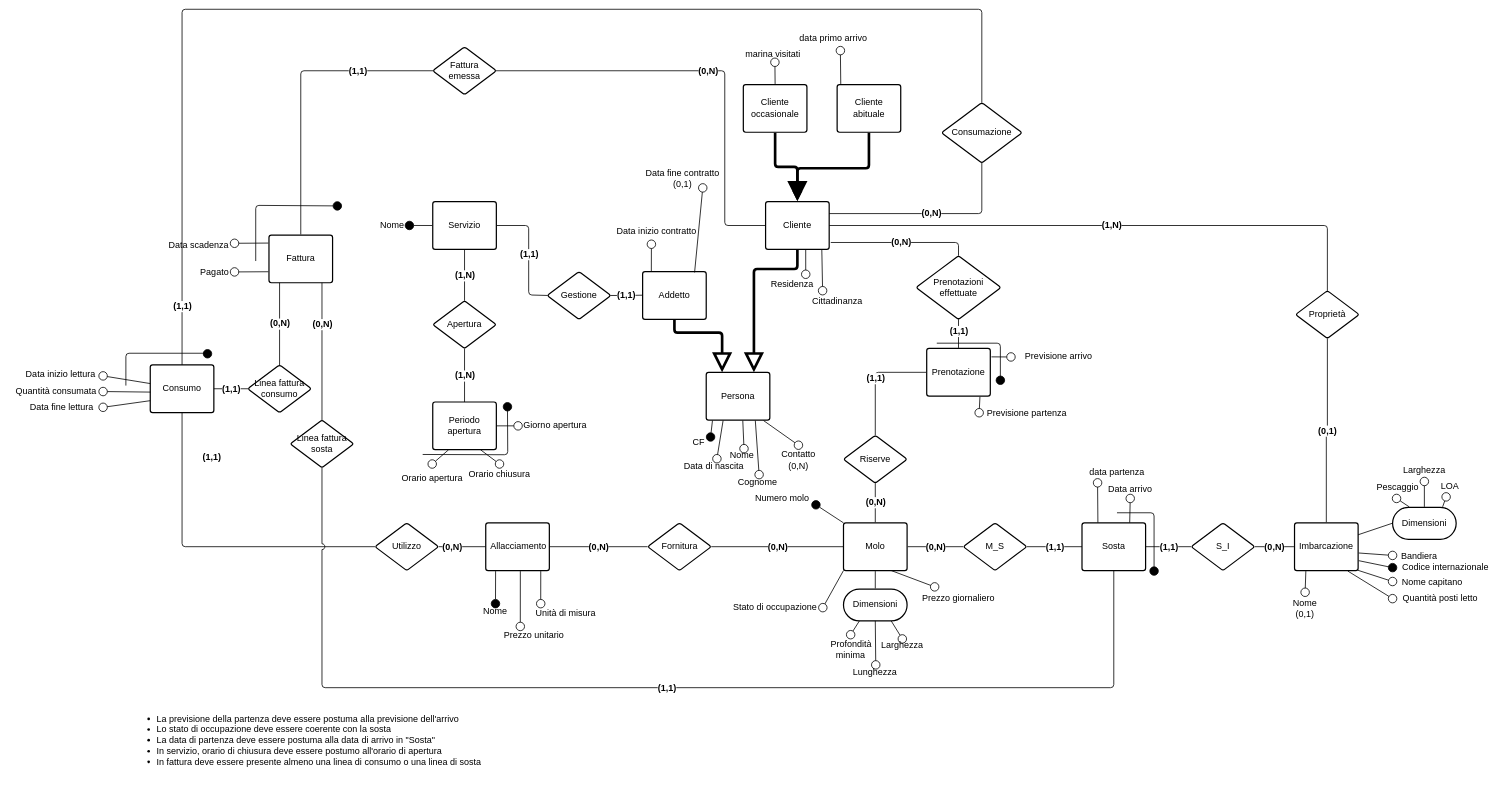
This is page "Concettuale ridotto" (4 of 5) of src_relazione_tex/Er.drawio from alessandro-massarenti/Progetto-basi-di-dati-2022, a draw.io file, before an edit. Source tidied: cells renumbered, new cells numbered last; positions are measured from the earlier drawing's top-left corner, leaving out a move shared by most shapes. Both pictures are drawn from the tidied source at 53%, with x=0, y=0 at pixel (9, 9).
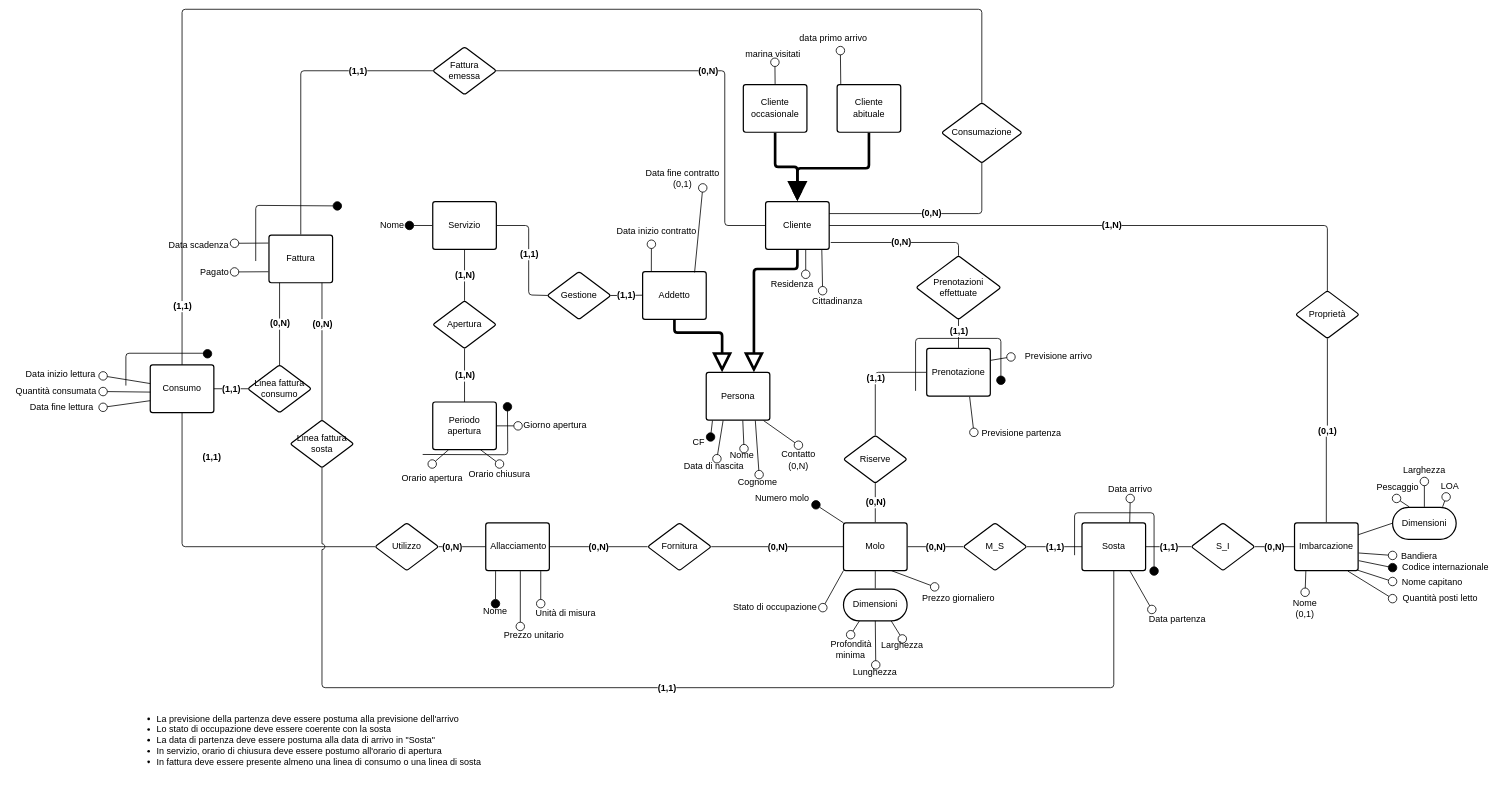
Above is the later version.

Commit message:
Risolto un problema della issue #17

Unchanged cells that the change refers to:
```xml
<mxCell id="17" value="Previsione arrivo" style="html=1;overflow=block;blockSpacing=1;whiteSpace=wrap;fontSize=17;fontColor=#000000;spacing=0;fillColor=none;strokeWidth=1.5;strokeColor=none;" parent="1" vertex="1">
  <mxGeometry x="1890" y="641" width="180" height="30" as="geometry" />
</mxCell>
<mxCell id="104" value="Prenotazione" style="html=1;overflow=block;blockSpacing=1;whiteSpace=wrap;fontSize=17;fontColor=#000000;spacing=9;strokeColor=#000000;strokeOpacity=100;rounded=1;absoluteArcSize=1;arcSize=9;strokeWidth=2.3;" parent="1" vertex="1">
  <mxGeometry x="1731" y="640" width="120" height="90" as="geometry" />
</mxCell>
<mxCell id="149" value="Sosta" style="html=1;overflow=block;blockSpacing=1;whiteSpace=wrap;fontSize=17;fontColor=#000000;spacing=9;strokeColor=#000000;strokeOpacity=100;rounded=1;absoluteArcSize=1;arcSize=9;strokeWidth=2.3;" parent="1" vertex="1">
  <mxGeometry x="2024" y="969" width="120" height="90" as="geometry" />
</mxCell>
```

The edit, as a diff of the source:
```diff
@@
     <mxCell id="4" value="Previsione partenza" style="html=1;overflow=block;blockSpacing=1;whiteSpace=wrap;fontSize=17;fontColor=#000000;spacing=0;fillColor=none;strokeWidth=1.5;strokeColor=none;" parent="1" vertex="1">
-      <mxGeometry x="1830" y="752.5" width="180" height="17.5" as="geometry" />
+      <mxGeometry x="1820" y="789.5" width="180" height="17.5" as="geometry" />
     </mxCell>
@@
-    <mxCell id="26" value="data partenza" style="html=1;overflow=block;blockSpacing=1;whiteSpace=wrap;fontSize=17;fontColor=#000000;spacing=0;fillColor=none;strokeWidth=1.5;strokeColor=none;" parent="1" vertex="1">
-      <mxGeometry x="2030" y="858" width="120" height="33" as="geometry" />
+    <mxCell id="26" value="Data partenza" style="html=1;overflow=block;blockSpacing=1;whiteSpace=wrap;fontSize=17;fontColor=#000000;spacing=0;fillColor=none;strokeWidth=1.5;strokeColor=none;" parent="1" vertex="1">
+      <mxGeometry x="2144" y="1134.2" width="120" height="33" as="geometry" />
     </mxCell>
@@
-    <mxCell id="58" style="html=1;jettySize=18;whiteSpace=wrap;fontSize=17;strokeColor=#000000;strokeWidth=1.5;rounded=1;arcSize=12;startArrow=none;endArrow=oval;endFill=0;endSize=16;entryX=0;entryY=0.5;exitX=1.018;exitY=0.176;exitDx=0;exitDy=0;exitPerimeter=0;entryDx=0;entryDy=0;" parent="1" edge="1" source="104" target="17">
+    <mxCell id="58" style="html=1;jettySize=18;whiteSpace=wrap;fontSize=17;strokeColor=#000000;strokeWidth=1.5;rounded=1;arcSize=12;startArrow=none;endArrow=oval;endFill=0;endSize=16;entryX=0;entryY=0.5;entryDx=0;entryDy=0;exitX=1;exitY=0.25;exitDx=0;exitDy=0;" parent="1" edge="1" source="104" target="17">
       <mxGeometry relative="1" as="geometry" />
     </mxCell>
-    <mxCell id="59" style="html=1;jettySize=18;whiteSpace=wrap;fontSize=17;strokeColor=#000000;strokeWidth=1.5;rounded=1;arcSize=12;startArrow=none;endArrow=oval;endFill=0;endSize=16;exitX=0.837;exitY=1.011;exitDx=0;exitDy=0;exitPerimeter=0;entryX=0;entryY=0.5;entryDx=0;entryDy=0;" parent="1" edge="1" source="104" target="4">
+    <mxCell id="59" style="html=1;jettySize=18;whiteSpace=wrap;fontSize=17;strokeColor=#000000;strokeWidth=1.5;rounded=1;arcSize=12;startArrow=none;endArrow=oval;endFill=0;endSize=16;exitX=0.675;exitY=1.014;exitDx=0;exitDy=0;exitPerimeter=0;entryX=0;entryY=0.5;entryDx=0;entryDy=0;" parent="1" edge="1" source="104" target="4">
       <mxGeometry relative="1" as="geometry" />
     </mxCell>
@@
-    <mxCell id="72" style="html=1;jettySize=18;whiteSpace=wrap;fontSize=17;strokeColor=#000000;strokeWidth=1.5;rounded=1;arcSize=12;startArrow=none;endArrow=oval;endFill=0;endSize=16;exitX=0.25;exitY=0;exitDx=0;exitDy=0;entryX=0.195;entryY=1.076;entryDx=0;entryDy=0;entryPerimeter=0;" parent="1" edge="1" source="149" target="26">
+    <mxCell id="72" style="html=1;jettySize=18;whiteSpace=wrap;fontSize=17;strokeColor=#000000;strokeWidth=1.5;rounded=1;arcSize=12;startArrow=none;endArrow=oval;endFill=0;endSize=16;exitX=0.75;exitY=1;exitDx=0;exitDy=0;entryX=0.098;entryY=-0.053;entryDx=0;entryDy=0;entryPerimeter=0;" parent="1" edge="1" source="149" target="26">
       <mxGeometry relative="1" as="geometry" />
     </mxCell>
@@
     <mxCell id="148" style="html=1;jettySize=18;whiteSpace=wrap;fontSize=17;strokeColor=#000000;strokeWidth=1.5;rounded=1;arcSize=12;startArrow=none;endArrow=oval;endFill=1;endSize=16;edgeStyle=orthogonalEdgeStyle;" parent="1" edge="1">
       <mxGeometry relative="1" as="geometry">
-        <mxPoint x="1750" y="630" as="sourcePoint" />
-        <mxPoint x="1870" y="700" as="targetPoint" />
+        <mxPoint x="1710" y="720" as="sourcePoint" />
+        <mxPoint x="1871" y="700" as="targetPoint" />
         <Array as="points">
-          <mxPoint x="1870" y="630" />
+          <mxPoint x="1871" y="621" />
         </Array>
       </mxGeometry>
     </mxCell>
@@
     <mxCell id="157" style="html=1;jettySize=18;whiteSpace=wrap;fontSize=17;strokeColor=#000000;strokeWidth=1.5;rounded=1;arcSize=12;startArrow=none;endArrow=oval;endFill=1;endSize=16;edgeStyle=orthogonalEdgeStyle;" parent="1" edge="1">
       <mxGeometry relative="1" as="geometry">
-        <mxPoint x="2090" y="950" as="sourcePoint" />
+        <mxPoint x="2010" y="1030" as="sourcePoint" />
         <mxPoint x="2160" y="1060" as="targetPoint" />
         <Array as="points">
           <mxPoint x="2160" y="950" />
         </Array>
       </mxGeometry>
     </mxCell>
```
